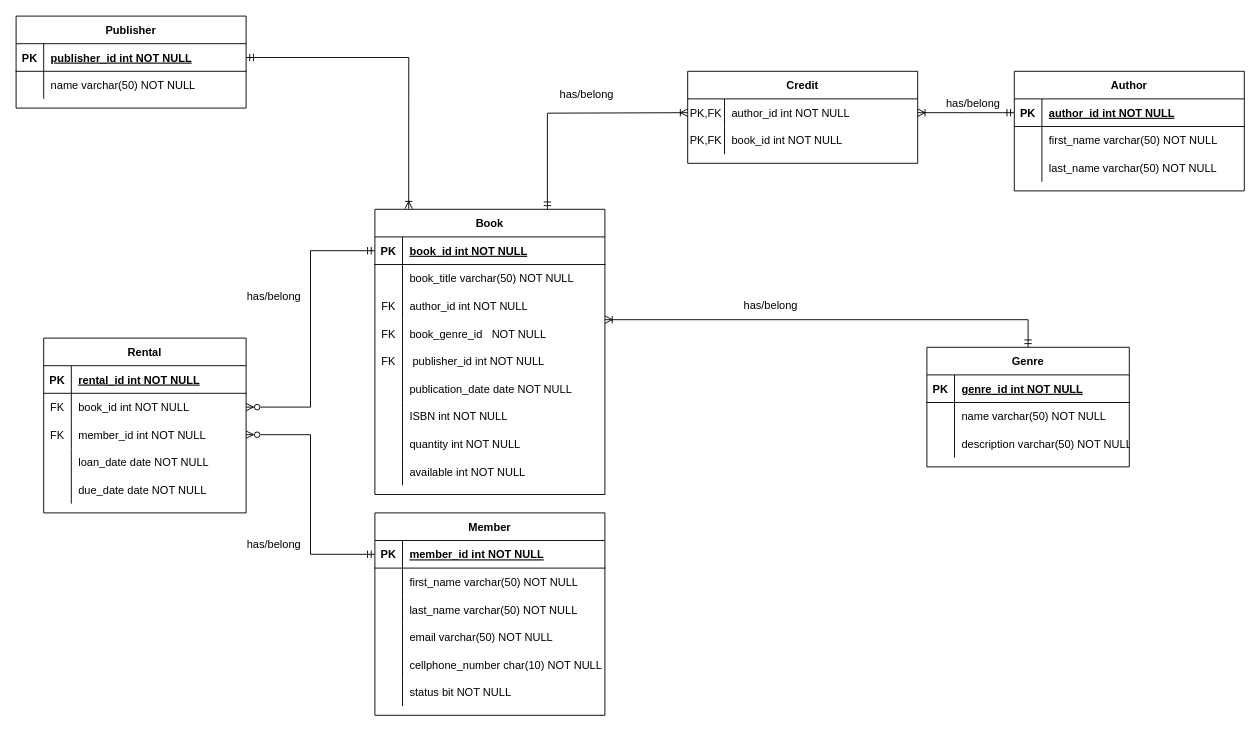
Above: resources/LMS.drawio in ThabangKubheka/First-Level-Up-SQL-Fundamentals- (draw.io), before the change. Source tidied: cells renumbered, new cells numbered last; positions are measured from the earlier drawing's top-left corner, leaving out a move shared by most shapes. Both pictures are drawn from the tidied source at 92%, with x=0, y=0 at pixel (16, 16).
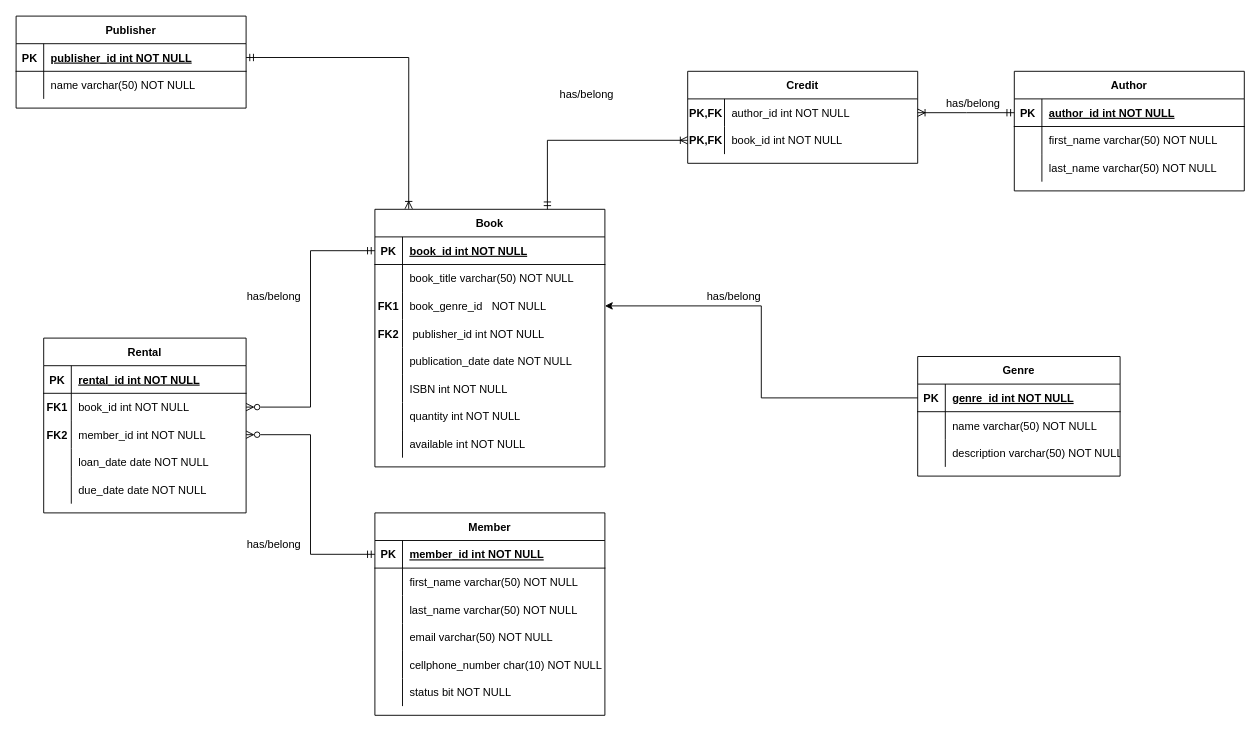
The same diagram, later.

The change refers to these unchanged cells:
```xml
<mxCell id="60" style="shape=partialRectangle;fillColor=none;top=0;left=0;right=0;bottom=0;" parent="59" vertex="1">
  <mxGeometry y="30" width="250" height="30" as="geometry" />
</mxCell>
<mxCell id="63" style="shape=partialRectangle;fillColor=none;points=[[0,0.5],[1,0.5]];portConstraint=eastwest;top=0;left=0;right=0;bottom=0;" parent="59" vertex="1">
  <mxGeometry y="60" width="250" height="30" as="geometry" />
</mxCell>
<mxCell id="68" style="shape=partialRectangle;fillColor=none;points=[[0,0.5],[1,0.5]];portConstraint=eastwest;top=0;left=0;right=0;bottom=1;" parent="67" vertex="1">
  <mxGeometry y="30" width="220" height="30" as="geometry" />
</mxCell>
<mxCell id="81" style="shape=partialRectangle;fillColor=none;points=[[0,0.5],[1,0.5]];portConstraint=eastwest;top=0;left=0;right=0;bottom=0;" parent="77" vertex="1">
  <mxGeometry y="60" width="220" height="30" as="geometry" />
</mxCell>
<mxCell id="84" style="shape=partialRectangle;fillColor=none;points=[[0,0.5],[1,0.5]];portConstraint=eastwest;top=0;left=0;right=0;bottom=0;" parent="77" vertex="1">
  <mxGeometry y="90" width="220" height="30" as="geometry" />
</mxCell>
```

What changed in the source:
```diff
@@
     <mxCell id="12" value="Book" style="shape=table;startSize=30;childLayout=tableLayout;rowLines=0;fontStyle=1;align=center;" parent="1" vertex="1">
-      <mxGeometry x="390" y="210" width="250" height="310" as="geometry" />
+      <mxGeometry x="390" y="210" width="250" height="280" as="geometry" />
     </mxCell>
@@
-    <mxCell id="19" style="shape=partialRectangle;fillColor=none;top=0;left=0;right=0;bottom=0;" parent="12" vertex="1">
-      <mxGeometry y="90" width="250" height="30" as="geometry" />
-    </mxCell>
-    <mxCell id="20" value="FK" style="shape=partialRectangle;overflow=hidden;fillColor=none;top=0;left=0;bottom=0;right=0;" parent="19" vertex="1">
-      <mxGeometry width="30" height="30" as="geometry" />
-    </mxCell>
-    <mxCell id="21" value="author_id int NOT NULL" style="shape=partialRectangle;overflow=hidden;fillColor=none;top=0;left=0;bottom=0;right=0;align=left;spacingLeft=6;" parent="19" vertex="1">
-      <mxGeometry x="30" width="220" height="30" as="geometry" />
-    </mxCell>
     <mxCell id="22" style="shape=partialRectangle;fillColor=none;points=[[0,0.5],[1,0.5]];portConstraint=eastwest;top=0;left=0;right=0;bottom=0;" parent="12" vertex="1">
-      <mxGeometry y="120" width="250" height="30" as="geometry" />
+      <mxGeometry y="90" width="250" height="30" as="geometry" />
     </mxCell>
-    <mxCell id="23" value="FK" style="shape=partialRectangle;overflow=hidden;fillColor=none;top=0;left=0;bottom=0;right=0;" parent="22" vertex="1">
+    <mxCell id="23" value="FK1" style="shape=partialRectangle;overflow=hidden;fillColor=none;top=0;left=0;bottom=0;right=0;fontStyle=1;" parent="22" vertex="1">
       <mxGeometry width="30" height="30" as="geometry" />
     </mxCell>
@@
     <mxCell id="25" style="shape=partialRectangle;fillColor=none;top=0;left=0;right=0;bottom=0;" parent="12" vertex="1">
-      <mxGeometry y="150" width="250" height="30" as="geometry" />
+      <mxGeometry y="120" width="250" height="30" as="geometry" />
     </mxCell>
-    <mxCell id="26" value="FK" style="shape=partialRectangle;overflow=hidden;fillColor=none;top=0;left=0;bottom=0;right=0;" parent="25" vertex="1">
+    <mxCell id="26" value="FK2" style="shape=partialRectangle;overflow=hidden;fillColor=none;top=0;left=0;bottom=0;right=0;fontStyle=1;" parent="25" vertex="1">
       <mxGeometry width="30" height="30" as="geometry" />
     </mxCell>
@@
     <mxCell id="28" style="shape=partialRectangle;fillColor=none;top=0;left=0;right=0;bottom=0;" parent="12" vertex="1">
-      <mxGeometry y="180" width="250" height="30" as="geometry" />
+      <mxGeometry y="150" width="250" height="30" as="geometry" />
     </mxCell>
@@
     <mxCell id="31" style="shape=partialRectangle;fillColor=none;top=0;left=0;right=0;bottom=0;" parent="12" vertex="1">
-      <mxGeometry y="210" width="250" height="30" as="geometry" />
+      <mxGeometry y="180" width="250" height="30" as="geometry" />
     </mxCell>
@@
     <mxCell id="34" style="shape=partialRectangle;fillColor=none;top=0;left=0;right=0;bottom=0;" parent="12" vertex="1">
-      <mxGeometry y="240" width="250" height="30" as="geometry" />
+      <mxGeometry y="210" width="250" height="30" as="geometry" />
     </mxCell>
@@
     <mxCell id="37" style="shape=partialRectangle;fillColor=none;top=0;left=0;right=0;bottom=0;" parent="12" vertex="1">
-      <mxGeometry y="270" width="250" height="30" as="geometry" />
+      <mxGeometry y="240" width="250" height="30" as="geometry" />
     </mxCell>
@@
-    <mxCell id="61" value="PK,FK" style="shape=partialRectangle;overflow=hidden;fillColor=none;top=0;left=0;bottom=0;right=0;" parent="60" vertex="1">
+    <mxCell id="61" value="PK,FK" style="shape=partialRectangle;overflow=hidden;fillColor=none;top=0;left=0;bottom=0;right=0;fontStyle=1;" parent="60" vertex="1">
       <mxGeometry width="40" height="30" as="geometry" />
     </mxCell>
@@
-    <mxCell id="64" value="PK,FK" style="shape=partialRectangle;overflow=hidden;fillColor=none;top=0;left=0;bottom=0;right=0;" parent="63" vertex="1">
+    <mxCell id="64" value="PK,FK" style="shape=partialRectangle;overflow=hidden;fillColor=none;top=0;left=0;bottom=0;right=0;fontStyle=1;" parent="63" vertex="1">
       <mxGeometry width="40" height="30" as="geometry" />
     </mxCell>
@@
     <mxCell id="67" value="Genre" style="shape=table;startSize=30;childLayout=tableLayout;rowLines=0;fontStyle=1;align=center;" parent="1" vertex="1">
-      <mxGeometry x="990" y="360" width="220" height="130" as="geometry" />
+      <mxGeometry x="980" y="370" width="220" height="130" as="geometry" />
     </mxCell>
@@
-    <mxCell id="82" value="FK" style="shape=partialRectangle;overflow=hidden;fillColor=none;top=0;left=0;bottom=0;right=0;" parent="81" vertex="1">
+    <mxCell id="82" value="FK1" style="shape=partialRectangle;overflow=hidden;fillColor=none;top=0;left=0;bottom=0;right=0;fontStyle=1;" parent="81" vertex="1">
       <mxGeometry width="30" height="30" as="geometry" />
     </mxCell>
@@
-    <mxCell id="85" value="FK" style="shape=partialRectangle;overflow=hidden;fillColor=none;top=0;left=0;bottom=0;right=0;" parent="84" vertex="1">
+    <mxCell id="85" value="FK2" style="shape=partialRectangle;overflow=hidden;fillColor=none;top=0;left=0;bottom=0;right=0;fontStyle=1;" parent="84" vertex="1">
       <mxGeometry width="30" height="30" as="geometry" />
     </mxCell>
@@
-    <mxCell id="95" style="edgeStyle=orthogonalEdgeStyle;rounded=0;jettySize=auto;html=1;startArrow=ERmandOne;startFill=0;endArrow=ERoneToMany;endFill=0;" parent="1" edge="1" source="67">
-      <mxGeometry relative="1" as="geometry">
-        <mxPoint x="640" y="330" as="targetPoint" />
-        <Array as="points">
-          <mxPoint x="1100" y="330" />
-          <mxPoint x="640" y="330" />
-        </Array>
-      </mxGeometry>
-    </mxCell>
-    <mxCell id="96" style="edgeStyle=orthogonalEdgeStyle;rounded=0;jettySize=auto;html=1;exitX=0;exitY=0.5;exitDx=0;exitDy=0;entryX=0.75;entryY=0;entryDx=0;entryDy=0;startArrow=ERoneToMany;startFill=0;endArrow=ERmandOne;endFill=0;" parent="1" edge="1" target="12">
-      <mxGeometry relative="1" as="geometry">
-        <mxPoint x="730" y="105" as="sourcePoint" />
-      </mxGeometry>
+    <mxCell id="96" style="edgeStyle=orthogonalEdgeStyle;rounded=0;jettySize=auto;html=1;exitX=0;exitY=0.5;exitDx=0;exitDy=0;entryX=0.75;entryY=0;entryDx=0;entryDy=0;startArrow=ERoneToMany;startFill=0;endArrow=ERmandOne;endFill=0;" parent="1" edge="1" source="63" target="12">
+      <mxGeometry relative="1" as="geometry" />
     </mxCell>
@@
     <mxCell id="107" value="has/belong" style="text;html=1;align=center;verticalAlign=middle;strokeColor=none;fillColor=none;" parent="1" vertex="1">
-      <mxGeometry x="780" y="300" width="80" height="30" as="geometry" />
+      <mxGeometry x="740" y="290" width="80" height="30" as="geometry" />
     </mxCell>
@@
+    <mxCell id="110" style="edgeStyle=orthogonalEdgeStyle;rounded=0;jettySize=auto;html=1;exitX=0;exitY=0.5;exitDx=0;exitDy=0;entryX=1;entryY=0.5;entryDx=0;entryDy=0;" parent="1" edge="1" source="68" target="22">
+      <mxGeometry relative="1" as="geometry" />
+    </mxCell>
```
